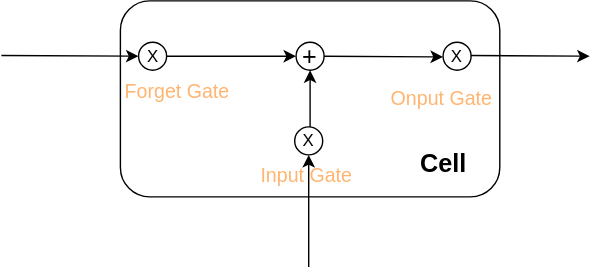
Above: images/NN_LSTM_2.svg in caosheng01/Learn_LLM_from_scratch (draw.io), before the change. Source tidied: cells renumbered, new cells last; positions are measured from the earlier drawing's top-left corner, leaving out a move shared by most shapes. Source of this version:
```xml
<mxGraphModel>
  <root>
    <mxCell id="0" />
    <mxCell id="1" parent="0" />
    <mxCell id="2" style="rounded=1;whiteSpace=wrap;html=1;" parent="1" vertex="1">
      <mxGeometry x="85.5" width="271" height="140" as="geometry" />
    </mxCell>
    <mxCell id="3" value="X" style="ellipse;whiteSpace=wrap;html=1;" parent="1" vertex="1">
      <mxGeometry x="98.5" y="29.5" width="20" height="20" as="geometry" />
    </mxCell>
    <mxCell id="4" style="endArrow=classic;html=1;rounded=0;curved=1;entryX=0;entryY=0.5;entryDx=0;entryDy=0;endFill=1;" parent="1" edge="1" target="3">
      <mxGeometry relative="1" as="geometry">
        <mxPoint x="0.5" y="39" as="sourcePoint" />
      </mxGeometry>
    </mxCell>
    <mxCell id="5" style="edgeStyle=orthogonalEdgeStyle;rounded=0;jettySize=auto;html=1;entryX=0.5;entryY=1;entryDx=0;entryDy=0;" parent="1" edge="1" target="11">
      <mxGeometry relative="1" as="geometry">
        <mxPoint x="220" y="180" as="sourcePoint" />
        <Array as="points">
          <mxPoint x="220" y="190" />
        </Array>
      </mxGeometry>
    </mxCell>
    <mxCell id="6" value="&lt;font style=&quot;font-size: 18px;&quot;&gt;+&lt;/font&gt;" style="ellipse;whiteSpace=wrap;html=1;" parent="1" vertex="1">
      <mxGeometry x="211" y="29.5" width="20" height="20" as="geometry" />
    </mxCell>
    <mxCell id="7" style="endArrow=classic;html=1;rounded=0;entryX=0;entryY=0.5;entryDx=0;entryDy=0;exitX=1;exitY=0.5;exitDx=0;exitDy=0;endFill=1;" parent="1" edge="1" source="3" target="6">
      <mxGeometry relative="1" as="geometry" />
    </mxCell>
    <mxCell id="8" style="endArrow=classic;html=1;rounded=0;entryX=0.5;entryY=1;entryDx=0;entryDy=0;exitX=0.5;exitY=0;exitDx=0;exitDy=0;endFill=1;" parent="1" edge="1" target="6">
      <mxGeometry relative="1" as="geometry">
        <mxPoint x="221" y="90" as="sourcePoint" />
      </mxGeometry>
    </mxCell>
    <mxCell id="9" style="endArrow=classic;html=1;rounded=0;exitX=1;exitY=0.5;exitDx=0;exitDy=0;endFill=1;" parent="1" edge="1" source="6">
      <mxGeometry relative="1" as="geometry">
        <mxPoint x="316" y="40" as="targetPoint" />
      </mxGeometry>
    </mxCell>
    <mxCell id="10" value="&lt;b style=&quot;color: rgb(0, 0, 0); font-family: helvetica; font-size: 18px; font-style: normal; letter-spacing: normal; text-align: center; text-indent: 0px; text-transform: none; word-spacing: 0px;&quot;&gt;Cell&lt;/b&gt;" style="text;whiteSpace=wrap;html=1;" parent="1" vertex="1">
      <mxGeometry x="297.5" y="100" width="42.2" height="30" as="geometry" />
    </mxCell>
    <mxCell id="11" value="X" style="ellipse;whiteSpace=wrap;html=1;" parent="1" vertex="1">
      <mxGeometry x="210" y="90" width="20" height="20" as="geometry" />
    </mxCell>
    <mxCell id="12" value="X" style="ellipse;whiteSpace=wrap;html=1;" parent="1" vertex="1">
      <mxGeometry x="316" y="29.5" width="20" height="20" as="geometry" />
    </mxCell>
    <mxCell id="13" style="endArrow=classic;html=1;rounded=0;exitX=1;exitY=0.5;exitDx=0;exitDy=0;endFill=1;" parent="1" edge="1">
      <mxGeometry relative="1" as="geometry">
        <mxPoint x="335.8" y="39" as="sourcePoint" />
        <mxPoint x="420.8" y="39.5" as="targetPoint" />
      </mxGeometry>
    </mxCell>
    <mxCell id="14" value="&lt;span style=&quot;font-family: helvetica; font-style: normal; letter-spacing: normal; text-align: center; text-indent: 0px; text-transform: none; word-spacing: 0px;&quot;&gt;&lt;font color=&quot;#ffb570&quot; style=&quot;font-size: 14px;&quot;&gt;Input Gate&lt;/font&gt;&lt;/span&gt;" style="text;whiteSpace=wrap;html=1;" parent="1" vertex="1">
      <mxGeometry x="184.4" y="110" width="82.2" height="30" as="geometry" />
    </mxCell>
    <mxCell id="15" value="&lt;span style=&quot;font-family: helvetica; font-style: normal; letter-spacing: normal; text-align: center; text-indent: 0px; text-transform: none; word-spacing: 0px;&quot;&gt;&lt;font color=&quot;#ffb570&quot; style=&quot;font-size: 14px;&quot;&gt;Onput Gate&lt;/font&gt;&lt;/span&gt;" style="text;whiteSpace=wrap;html=1;" parent="1" vertex="1">
      <mxGeometry x="276.5" y="55" width="82.2" height="30" as="geometry" />
    </mxCell>
    <mxCell id="16" value="&lt;span style=&quot;font-family: helvetica; font-style: normal; letter-spacing: normal; text-align: center; text-indent: 0px; text-transform: none; word-spacing: 0px;&quot;&gt;&lt;font color=&quot;#ffb570&quot; style=&quot;font-size: 14px;&quot;&gt;Forget Gate&lt;/font&gt;&lt;/span&gt;" style="text;whiteSpace=wrap;html=1;" parent="1" vertex="1">
      <mxGeometry x="86.9" y="49.5" width="82.2" height="30" as="geometry" />
    </mxCell>
  </root>
</mxGraphModel>
```
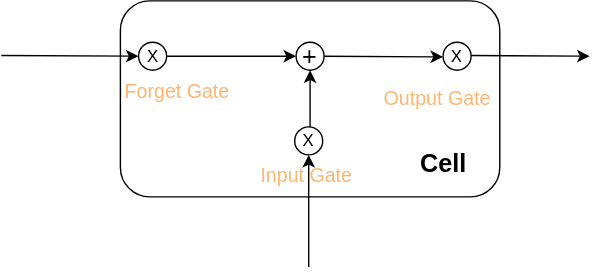
After the commit.

What changed in the source:
```diff
@@ -55,8 +55,8 @@
     <mxCell id="14" value="&lt;span style=&quot;font-family: helvetica; font-style: normal; letter-spacing: normal; text-align: center; text-indent: 0px; text-transform: none; word-spacing: 0px;&quot;&gt;&lt;font color=&quot;#ffb570&quot; style=&quot;font-size: 14px;&quot;&gt;Input Gate&lt;/font&gt;&lt;/span&gt;" style="text;whiteSpace=wrap;html=1;" parent="1" vertex="1">
       <mxGeometry x="184.4" y="110" width="82.2" height="30" as="geometry" />
     </mxCell>
-    <mxCell id="15" value="&lt;span style=&quot;font-family: helvetica; font-style: normal; letter-spacing: normal; text-align: center; text-indent: 0px; text-transform: none; word-spacing: 0px;&quot;&gt;&lt;font color=&quot;#ffb570&quot; style=&quot;font-size: 14px;&quot;&gt;Onput Gate&lt;/font&gt;&lt;/span&gt;" style="text;whiteSpace=wrap;html=1;" parent="1" vertex="1">
-      <mxGeometry x="276.5" y="55" width="82.2" height="30" as="geometry" />
+    <mxCell id="15" value="&lt;span style=&quot;font-family: &amp;quot;helvetica&amp;quot; ; font-style: normal ; letter-spacing: normal ; text-align: center ; text-indent: 0px ; text-transform: none ; word-spacing: 0px&quot;&gt;&lt;font color=&quot;#ffb570&quot; style=&quot;font-size: 14px&quot;&gt;Output Gate&lt;/font&gt;&lt;/span&gt;" style="text;whiteSpace=wrap;html=1;" parent="1" vertex="1">
+      <mxGeometry x="271.5" y="55" width="82.2" height="30" as="geometry" />
     </mxCell>
     <mxCell id="16" value="&lt;span style=&quot;font-family: helvetica; font-style: normal; letter-spacing: normal; text-align: center; text-indent: 0px; text-transform: none; word-spacing: 0px;&quot;&gt;&lt;font color=&quot;#ffb570&quot; style=&quot;font-size: 14px;&quot;&gt;Forget Gate&lt;/font&gt;&lt;/span&gt;" style="text;whiteSpace=wrap;html=1;" parent="1" vertex="1">
       <mxGeometry x="86.9" y="49.5" width="82.2" height="30" as="geometry" />
```
